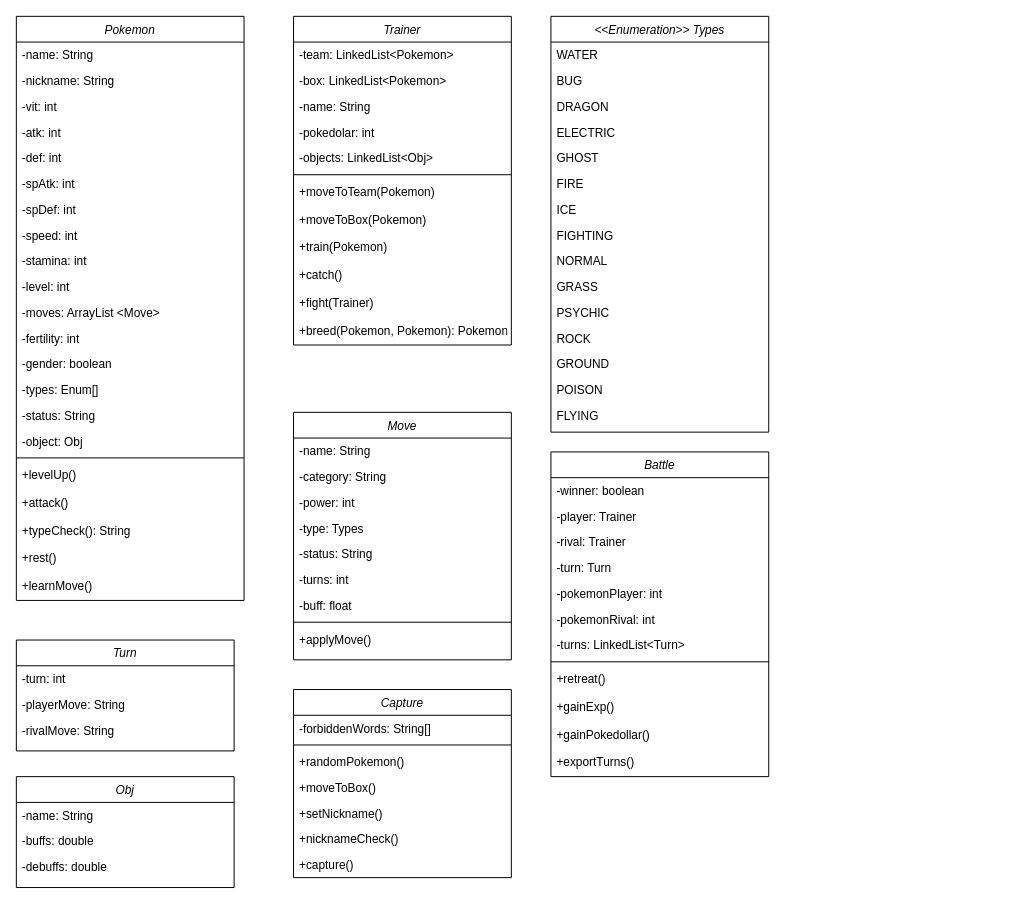
The draw.io diagram dia/DiagramaClasesPokemon.drawio in GabriLoren/Pokemon, before the edit. Source tidied: cells renumbered, new cells numbered last; positions are measured from the earlier drawing's top-left corner, leaving out a move shared by most shapes. Both pictures are drawn from the tidied source at 99%, with x=0, y=0 at pixel (16, 16).
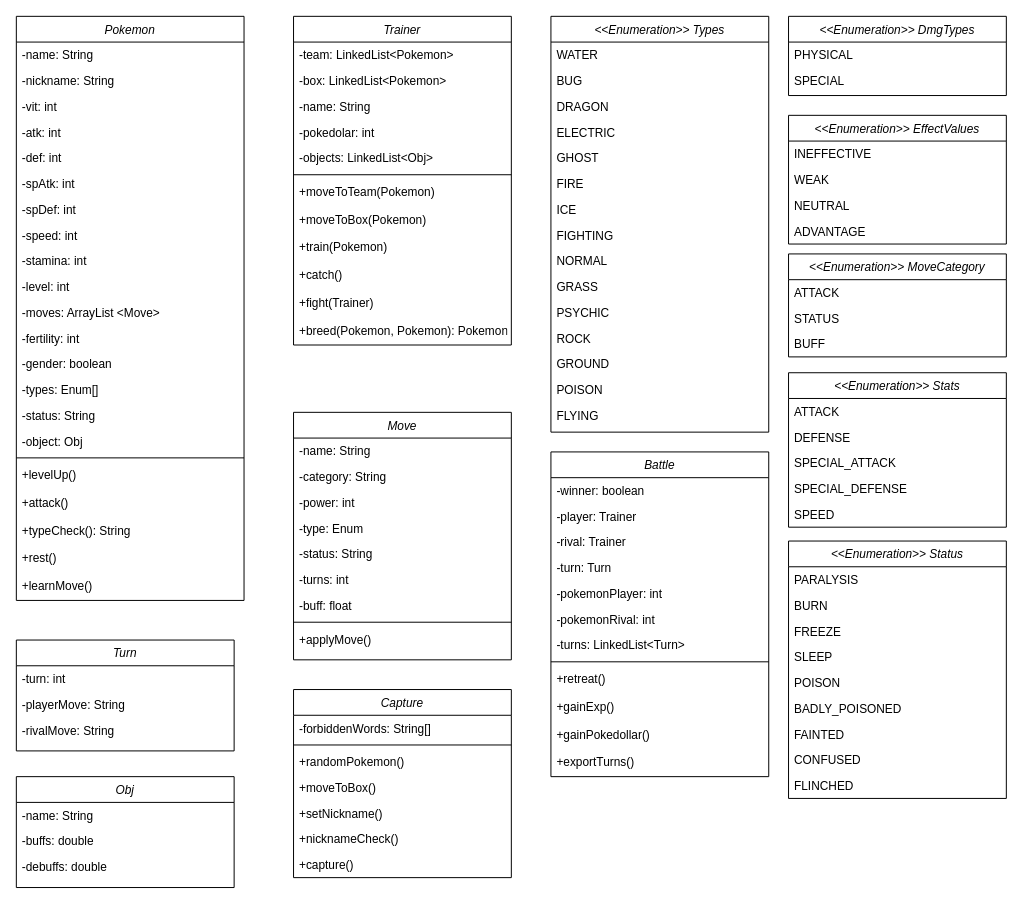
The same page after the edit.

Commit message (it also covers changes not shown here):
Diagrama de clases 2.0

The change refers to these unchanged cells:
```xml
<mxCell id="38" value="Move" style="swimlane;fontStyle=2;align=center;verticalAlign=top;horizontal=1;startSize=26;rounded=0;shadow=0;strokeWidth=1;" parent="1" vertex="1">
  <mxGeometry x="280" y="400" width="220" height="250" as="geometry" />
</mxCell>
```

Diff of the diagram source:
```diff
@@
-    <mxCell id="42" value="-type: Types" style="text;align=left;verticalAlign=top;spacingLeft=4;spacingRight=4;overflow=hidden;rounded=0;shadow=0;html=0;" parent="38" vertex="1">
+    <mxCell id="42" value="-type: Enum" style="text;align=left;verticalAlign=top;spacingLeft=4;spacingRight=4;overflow=hidden;rounded=0;shadow=0;html=0;" parent="38" vertex="1">
       <mxGeometry y="104" width="220" height="26" as="geometry" />
     </mxCell>
@@
+    <mxCell id="93" value="&lt;&lt;Enumeration&gt;&gt; DmgTypes" style="swimlane;fontStyle=2;align=center;verticalAlign=top;horizontal=1;startSize=26;rounded=0;shadow=0;strokeWidth=1;fontSize=12;" parent="1" vertex="1">
+      <mxGeometry x="780" width="220" height="80" as="geometry" />
+    </mxCell>
+    <mxCell id="94" value="PHYSICAL" style="text;align=left;verticalAlign=top;spacingLeft=4;spacingRight=4;overflow=hidden;rounded=0;shadow=0;html=0;" parent="93" vertex="1">
+      <mxGeometry y="26" width="220" height="26" as="geometry" />
+    </mxCell>
+    <mxCell id="95" value="SPECIAL" style="text;align=left;verticalAlign=top;spacingLeft=4;spacingRight=4;overflow=hidden;" parent="93" vertex="1">
+      <mxGeometry y="52" width="220" height="26" as="geometry" />
+    </mxCell>
+    <mxCell id="96" value="&lt;&lt;Enumeration&gt;&gt; EffectValues" style="swimlane;fontStyle=2;align=center;verticalAlign=top;horizontal=1;startSize=26;rounded=0;shadow=0;strokeWidth=1;fontSize=12;" parent="1" vertex="1">
+      <mxGeometry x="780" y="100" width="220" height="130" as="geometry" />
+    </mxCell>
+    <mxCell id="97" value="INEFFECTIVE" style="text;align=left;verticalAlign=top;spacingLeft=4;spacingRight=4;overflow=hidden;rounded=0;shadow=0;html=0;" parent="96" vertex="1">
+      <mxGeometry y="26" width="220" height="26" as="geometry" />
+    </mxCell>
+    <mxCell id="98" value="WEAK" style="text;align=left;verticalAlign=top;spacingLeft=4;spacingRight=4;overflow=hidden;" parent="96" vertex="1">
+      <mxGeometry y="52" width="220" height="26" as="geometry" />
+    </mxCell>
+    <mxCell id="99" value="NEUTRAL" style="text;align=left;verticalAlign=top;spacingLeft=4;spacingRight=4;overflow=hidden;" parent="96" vertex="1">
+      <mxGeometry y="78" width="220" height="26" as="geometry" />
+    </mxCell>
+    <mxCell id="100" value="ADVANTAGE" style="text;align=left;verticalAlign=top;spacingLeft=4;spacingRight=4;overflow=hidden;" parent="96" vertex="1">
+      <mxGeometry y="104" width="220" height="26" as="geometry" />
+    </mxCell>
+    <mxCell id="101" value="&lt;&lt;Enumeration&gt;&gt; MoveCategory" style="swimlane;fontStyle=2;align=center;verticalAlign=top;horizontal=1;startSize=26;rounded=0;shadow=0;strokeWidth=1;fontSize=12;" parent="1" vertex="1">
+      <mxGeometry x="780" y="240" width="220" height="104" as="geometry" />
+    </mxCell>
+    <mxCell id="102" value="ATTACK" style="text;align=left;verticalAlign=top;spacingLeft=4;spacingRight=4;overflow=hidden;rounded=0;shadow=0;html=0;" parent="101" vertex="1">
+      <mxGeometry y="26" width="220" height="26" as="geometry" />
+    </mxCell>
+    <mxCell id="103" value="STATUS" style="text;align=left;verticalAlign=top;spacingLeft=4;spacingRight=4;overflow=hidden;" parent="101" vertex="1">
+      <mxGeometry y="52" width="220" height="26" as="geometry" />
+    </mxCell>
+    <mxCell id="104" value="BUFF" style="text;align=left;verticalAlign=top;spacingLeft=4;spacingRight=4;overflow=hidden;" parent="101" vertex="1">
+      <mxGeometry y="78" width="220" height="26" as="geometry" />
+    </mxCell>
+    <mxCell id="105" value="&lt;&lt;Enumeration&gt;&gt; Stats" style="swimlane;fontStyle=2;align=center;verticalAlign=top;horizontal=1;startSize=26;rounded=0;shadow=0;strokeWidth=1;fontSize=12;" parent="1" vertex="1">
+      <mxGeometry x="780" y="360" width="220" height="156" as="geometry" />
+    </mxCell>
+    <mxCell id="106" value="ATTACK" style="text;align=left;verticalAlign=top;spacingLeft=4;spacingRight=4;overflow=hidden;rounded=0;shadow=0;html=0;" parent="105" vertex="1">
+      <mxGeometry y="26" width="220" height="26" as="geometry" />
+    </mxCell>
+    <mxCell id="107" value="DEFENSE" style="text;align=left;verticalAlign=top;spacingLeft=4;spacingRight=4;overflow=hidden;" parent="105" vertex="1">
+      <mxGeometry y="52" width="220" height="26" as="geometry" />
+    </mxCell>
+    <mxCell id="108" value="SPECIAL_ATTACK" style="text;align=left;verticalAlign=top;spacingLeft=4;spacingRight=4;overflow=hidden;" parent="105" vertex="1">
+      <mxGeometry y="78" width="220" height="26" as="geometry" />
+    </mxCell>
+    <mxCell id="109" value="SPECIAL_DEFENSE" style="text;align=left;verticalAlign=top;spacingLeft=4;spacingRight=4;overflow=hidden;" parent="105" vertex="1">
+      <mxGeometry y="104" width="220" height="26" as="geometry" />
+    </mxCell>
+    <mxCell id="110" value="SPEED" style="text;align=left;verticalAlign=top;spacingLeft=4;spacingRight=4;overflow=hidden;" parent="105" vertex="1">
+      <mxGeometry y="130" width="220" height="26" as="geometry" />
+    </mxCell>
+    <mxCell id="111" value="&lt;&lt;Enumeration&gt;&gt; Status" style="swimlane;fontStyle=2;align=center;verticalAlign=top;horizontal=1;startSize=26;rounded=0;shadow=0;strokeWidth=1;fontSize=12;" parent="1" vertex="1">
+      <mxGeometry x="780" y="530" width="220" height="260" as="geometry" />
+    </mxCell>
+    <mxCell id="112" value="PARALYSIS" style="text;align=left;verticalAlign=top;spacingLeft=4;spacingRight=4;overflow=hidden;rounded=0;shadow=0;html=0;" parent="111" vertex="1">
+      <mxGeometry y="26" width="220" height="26" as="geometry" />
+    </mxCell>
+    <mxCell id="113" value="BURN" style="text;align=left;verticalAlign=top;spacingLeft=4;spacingRight=4;overflow=hidden;" parent="111" vertex="1">
+      <mxGeometry y="52" width="220" height="26" as="geometry" />
+    </mxCell>
+    <mxCell id="114" value="FREEZE" style="text;align=left;verticalAlign=top;spacingLeft=4;spacingRight=4;overflow=hidden;rounded=0;shadow=0;html=0;" parent="111" vertex="1">
+      <mxGeometry y="78" width="220" height="26" as="geometry" />
+    </mxCell>
+    <mxCell id="115" value="SLEEP" style="text;align=left;verticalAlign=top;spacingLeft=4;spacingRight=4;overflow=hidden;rounded=0;shadow=0;html=0;" parent="111" vertex="1">
+      <mxGeometry y="104" width="220" height="26" as="geometry" />
+    </mxCell>
+    <mxCell id="116" value="POISON" style="text;align=left;verticalAlign=top;spacingLeft=4;spacingRight=4;overflow=hidden;rounded=0;shadow=0;html=0;" parent="111" vertex="1">
+      <mxGeometry y="130" width="220" height="26" as="geometry" />
+    </mxCell>
+    <mxCell id="117" value="BADLY_POISONED" style="text;align=left;verticalAlign=top;spacingLeft=4;spacingRight=4;overflow=hidden;rounded=0;shadow=0;html=0;" parent="111" vertex="1">
+      <mxGeometry y="156" width="220" height="26" as="geometry" />
+    </mxCell>
+    <mxCell id="118" value="FAINTED" style="text;align=left;verticalAlign=top;spacingLeft=4;spacingRight=4;overflow=hidden;rounded=0;shadow=0;html=0;" parent="111" vertex="1">
+      <mxGeometry y="182" width="220" height="26" as="geometry" />
+    </mxCell>
+    <mxCell id="119" value="CONFUSED" style="text;align=left;verticalAlign=top;spacingLeft=4;spacingRight=4;overflow=hidden;rounded=0;shadow=0;html=0;" parent="111" vertex="1">
+      <mxGeometry y="208" width="220" height="26" as="geometry" />
+    </mxCell>
+    <mxCell id="120" value="FLINCHED" style="text;align=left;verticalAlign=top;spacingLeft=4;spacingRight=4;overflow=hidden;rounded=0;shadow=0;html=0;" parent="111" vertex="1">
+      <mxGeometry y="234" width="220" height="26" as="geometry" />
+    </mxCell>
```
